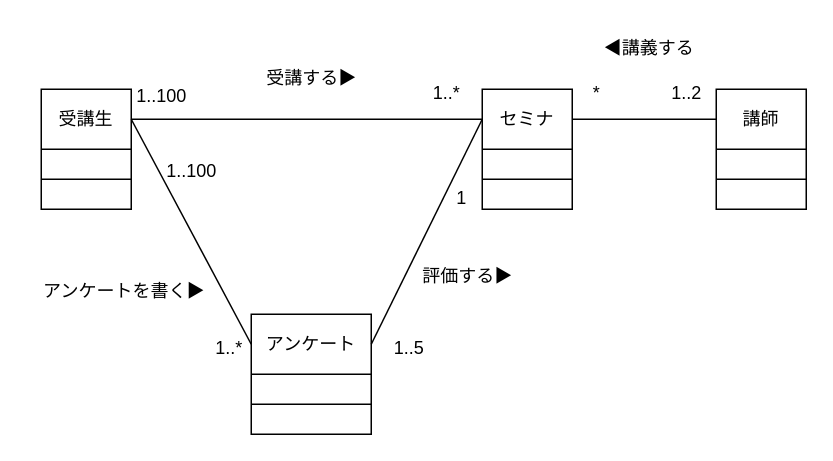
The draw.io diagram Lesson05/Lesson5-4.drawio in ucsaeki/UML_chonyumon, before the edit. Source tidied: cells renumbered, new cells numbered last; positions are measured from the earlier drawing's top-left corner, leaving out a move shared by most shapes. Both pictures are drawn from the tidied source at 150%, with x=0, y=0 at pixel (26, 26).
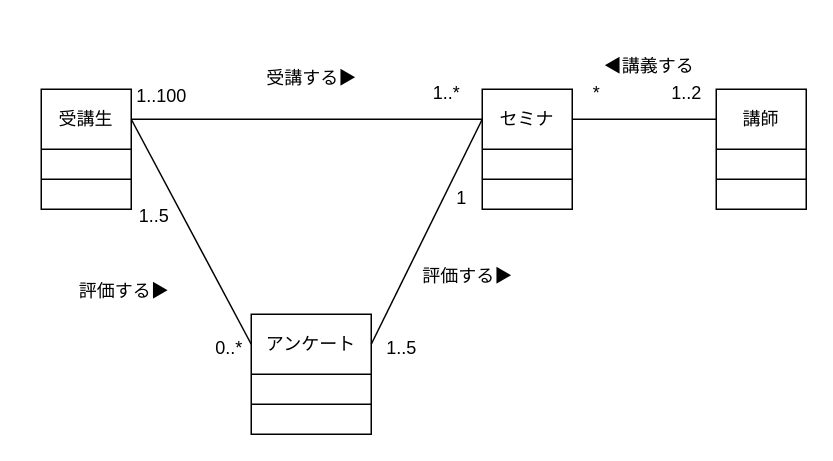
The same page after the edit.

Change to the diagram source:
```diff
@@
     <mxCell id="35" value="◀講義する" style="text;html=1;align=center;verticalAlign=middle;strokeColor=none;fillColor=none;" parent="1" vertex="1">
-      <mxGeometry x="375" width="80" height="30" as="geometry" />
+      <mxGeometry x="375" y="12" width="80" height="30" as="geometry" />
     </mxCell>
-    <mxCell id="36" value="アンケートを書く▶" style="text;html=1;align=center;verticalAlign=middle;strokeColor=none;fillColor=none;" parent="1" vertex="1">
-      <mxGeometry y="162" width="130" height="30" as="geometry" />
+    <mxCell id="36" value="評価する▶" style="text;html=1;align=center;verticalAlign=middle;strokeColor=none;fillColor=none;" parent="1" vertex="1">
+      <mxGeometry x="25" y="162" width="80" height="30" as="geometry" />
     </mxCell>
@@
-    <mxCell id="42" value="1..100" style="text;html=1;align=center;verticalAlign=middle;strokeColor=none;fillColor=none;" parent="1" vertex="1">
-      <mxGeometry x="80" y="82" width="60" height="30" as="geometry" />
+    <mxCell id="42" value="1..5" style="text;html=1;align=center;verticalAlign=middle;strokeColor=none;fillColor=none;" parent="1" vertex="1">
+      <mxGeometry x="65" y="112" width="40" height="30" as="geometry" />
     </mxCell>
-    <mxCell id="43" value="1..*" style="text;html=1;align=center;verticalAlign=middle;strokeColor=none;fillColor=none;" parent="1" vertex="1">
+    <mxCell id="43" value="0..*" style="text;html=1;align=center;verticalAlign=middle;strokeColor=none;fillColor=none;" parent="1" vertex="1">
       <mxGeometry x="115" y="200" width="40" height="30" as="geometry" />
     </mxCell>
@@
     <mxCell id="45" value="1..5" style="text;html=1;align=center;verticalAlign=middle;strokeColor=none;fillColor=none;" parent="1" vertex="1">
-      <mxGeometry x="235" y="200" width="40" height="30" as="geometry" />
+      <mxGeometry x="230" y="200" width="40" height="30" as="geometry" />
     </mxCell>
```
